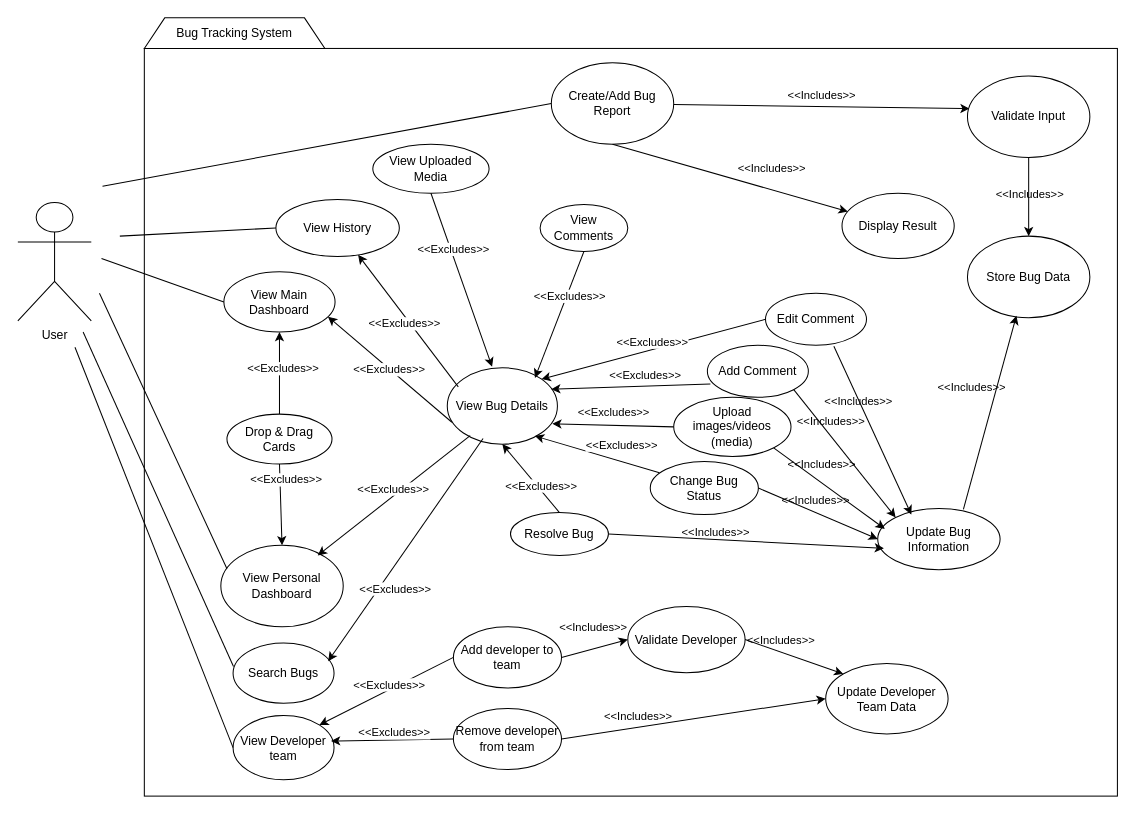
Above: UML-Diagrams/Use-Case-Diagram.drawio in ConradCJM/Bug-Terra (draw.io), before the change. Source tidied: cells renumbered, new cells numbered last; positions are measured from the earlier drawing's top-left corner, leaving out a move shared by most shapes. Both pictures are drawn from the tidied source at 102%, with x=0, y=0 at pixel (17, 17).
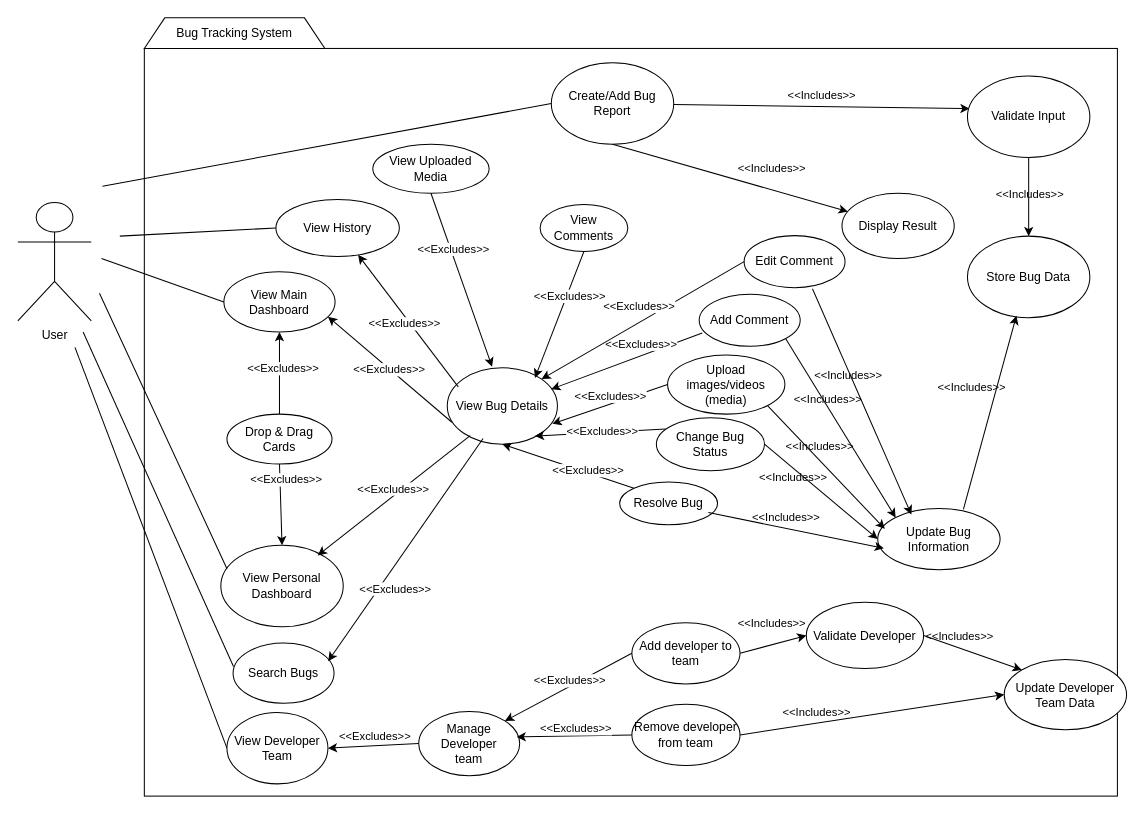
The same diagram, later.

The change refers to these unchanged cells:
```xml
<mxCell id="16" value="View Bug Details" style="ellipse;whiteSpace=wrap;html=1;" parent="1" vertex="1">
  <mxGeometry x="421" y="343" width="108" height="75" as="geometry" />
</mxCell>
<mxCell id="19" value="Update Bug Information" style="ellipse;whiteSpace=wrap;html=1;" parent="1" vertex="1">
  <mxGeometry x="843" y="481" width="120" height="60" as="geometry" />
</mxCell>
<mxCell id="51" style="endArrow=classic;html=1;rounded=0;entryX=0.954;entryY=0.733;entryDx=0;entryDy=0;exitX=0;exitY=0.5;exitDx=0;exitDy=0;entryPerimeter=0;" parent="1" edge="1" source="28" target="16">
  <mxGeometry relative="1" as="geometry" />
</mxCell>
<mxCell id="59" style="rounded=0;jettySize=auto;html=1;entryX=0;entryY=0.5;entryDx=0;entryDy=0;flowAnimation=0;exitX=1;exitY=0.5;exitDx=0;exitDy=0;" parent="1" edge="1" source="17" target="19">
  <mxGeometry relative="1" as="geometry" />
</mxCell>
<mxCell id="63" style="endArrow=classic;html=1;rounded=0;entryX=0.796;entryY=0.893;entryDx=0;entryDy=0;exitX=0.085;exitY=0.212;exitDx=0;exitDy=0;entryPerimeter=0;exitPerimeter=0;" parent="1" edge="1" source="17" target="16">
  <mxGeometry relative="1" as="geometry" />
</mxCell>
```

What changed in the source:
```diff
@@
     <mxCell id="17" value="Change Bug Status" style="ellipse;whiteSpace=wrap;html=1;" parent="1" vertex="1">
-      <mxGeometry x="620" y="435" width="106" height="52" as="geometry" />
+      <mxGeometry x="626" y="392" width="106" height="52" as="geometry" />
     </mxCell>
     <mxCell id="18" value="Resolve Bug" style="ellipse;whiteSpace=wrap;html=1;" parent="1" vertex="1">
-      <mxGeometry x="483" y="485" width="96" height="42" as="geometry" />
+      <mxGeometry x="590" y="455" width="96" height="42" as="geometry" />
     </mxCell>
@@
     <mxCell id="27" value="Add Comment" style="ellipse;whiteSpace=wrap;html=1;" parent="1" vertex="1">
-      <mxGeometry x="676" y="321" width="99" height="51" as="geometry" />
+      <mxGeometry x="668" y="271" width="99" height="51" as="geometry" />
     </mxCell>
     <mxCell id="28" value="Upload images/videos (media)" style="ellipse;whiteSpace=wrap;html=1;" parent="1" vertex="1">
-      <mxGeometry x="643" y="372" width="115" height="58" as="geometry" />
+      <mxGeometry x="637" y="330.5" width="115" height="58" as="geometry" />
     </mxCell>
@@
     <mxCell id="52" value="&amp;lt;&amp;lt;Excludes&amp;gt;&amp;gt;" style="edgeLabel;html=1;align=center;verticalAlign=middle;" parent="51" vertex="1">
       <mxGeometry x="-0.25" y="1" relative="1" as="geometry">
-        <mxPoint x="-14" y="-14" as="offset" />
+        <mxPoint x="-14" y="-4" as="offset" />
       </mxGeometry>
     </mxCell>
@@
-    <mxCell id="57" style="rounded=0;jettySize=auto;html=1;entryX=0.05;entryY=0.65;entryDx=0;entryDy=0;flowAnimation=0;exitX=1;exitY=0.5;exitDx=0;exitDy=0;entryPerimeter=0;" parent="1" edge="1" source="18" target="19">
+    <mxCell id="57" style="rounded=0;jettySize=auto;html=1;entryX=0.05;entryY=0.65;entryDx=0;entryDy=0;flowAnimation=0;exitX=0.906;exitY=0.714;exitDx=0;exitDy=0;entryPerimeter=0;exitPerimeter=0;" parent="1" edge="1" source="18" target="19">
       <mxGeometry relative="1" as="geometry" />
     </mxCell>
     <mxCell id="58" value="&amp;lt;&amp;lt;Includes&amp;gt;&amp;gt;" style="edgeLabel;html=1;align=center;verticalAlign=middle;labelBackgroundColor=none;" parent="57" vertex="1">
       <mxGeometry x="0.09" y="1" relative="1" as="geometry">
-        <mxPoint x="-42" y="-9" as="offset" />
+        <mxPoint x="-19" y="-14" as="offset" />
       </mxGeometry>
     </mxCell>
@@
     <mxCell id="60" value="&amp;lt;&amp;lt;Includes&amp;gt;&amp;gt;" style="edgeLabel;html=1;align=center;verticalAlign=middle;labelBackgroundColor=none;" parent="59" vertex="1">
       <mxGeometry x="0.09" y="1" relative="1" as="geometry">
-        <mxPoint x="-8" y="-15" as="offset" />
+        <mxPoint x="-34" y="-17" as="offset" />
       </mxGeometry>
     </mxCell>
-    <mxCell id="61" style="endArrow=classic;html=1;rounded=0;entryX=0.5;entryY=1;entryDx=0;entryDy=0;exitX=0.5;exitY=0;exitDx=0;exitDy=0;" parent="1" edge="1" source="18" target="16">
+    <mxCell id="61" style="endArrow=classic;html=1;rounded=0;entryX=0.5;entryY=1;entryDx=0;entryDy=0;exitX=0;exitY=0;exitDx=0;exitDy=0;" parent="1" edge="1" source="18" target="16">
       <mxGeometry relative="1" as="geometry" />
     </mxCell>
@@
     <mxCell id="64" value="&amp;lt;&amp;lt;Excludes&amp;gt;&amp;gt;" style="edgeLabel;html=1;align=center;verticalAlign=middle;" parent="63" vertex="1">
       <mxGeometry x="-0.25" y="1" relative="1" as="geometry">
-        <mxPoint x="9" y="-15" as="offset" />
+        <mxPoint x="-15" y="-2" as="offset" />
       </mxGeometry>
     </mxCell>
@@
     <mxCell id="67" value="Add developer to team" style="ellipse;whiteSpace=wrap;html=1;" parent="1" vertex="1">
-      <mxGeometry x="427" y="597" width="106" height="60" as="geometry" />
+      <mxGeometry x="602" y="593" width="106" height="60" as="geometry" />
     </mxCell>
     <mxCell id="68" value="Remove developer from team" style="ellipse;whiteSpace=wrap;html=1;" parent="1" vertex="1">
-      <mxGeometry x="427" y="677" width="106" height="60" as="geometry" />
+      <mxGeometry x="602" y="673" width="106" height="60" as="geometry" />
     </mxCell>
-    <mxCell id="69" value="View Developer&lt;div&gt;team&lt;/div&gt;" style="ellipse;whiteSpace=wrap;html=1;" parent="1" vertex="1">
-      <mxGeometry x="211" y="684" width="99" height="63" as="geometry" />
+    <mxCell id="69" value="Manage Developer&lt;div&gt;team&lt;/div&gt;" style="ellipse;whiteSpace=wrap;html=1;" parent="1" vertex="1">
+      <mxGeometry x="393" y="680" width="99" height="63" as="geometry" />
     </mxCell>
     <mxCell id="70" value="Update Developer Team Data" style="ellipse;whiteSpace=wrap;html=1;" parent="1" vertex="1">
-      <mxGeometry x="792" y="633" width="120" height="69" as="geometry" />
+      <mxGeometry x="967" y="629" width="120" height="69" as="geometry" />
     </mxCell>
     <mxCell id="71" value="Validate Developer" style="ellipse;whiteSpace=wrap;html=1;" parent="1" vertex="1">
-      <mxGeometry x="598" y="577" width="115" height="65" as="geometry" />
+      <mxGeometry x="773" y="573" width="115" height="65" as="geometry" />
     </mxCell>
-    <mxCell id="72" style="endArrow=none;html=1;rounded=0;exitX=0;exitY=0.5;exitDx=0;exitDy=0;" parent="1" edge="1" source="69">
+    <mxCell id="72" style="endArrow=none;html=1;rounded=0;exitX=0;exitY=0.5;exitDx=0;exitDy=0;" parent="1" edge="1" source="88">
       <mxGeometry relative="1" as="geometry">
         <mxPoint x="56" y="323" as="targetPoint" />
       </mxGeometry>
     </mxCell>
@@
     <mxCell id="83" value="Edit Comment" style="ellipse;whiteSpace=wrap;html=1;" parent="1" vertex="1">
-      <mxGeometry x="733" y="270" width="99" height="51" as="geometry" />
+      <mxGeometry x="712" y="213.5" width="99" height="51" as="geometry" />
     </mxCell>
@@
+    <mxCell id="88" value="View Developer Team" style="ellipse;whiteSpace=wrap;html=1;" parent="1" vertex="1">
+      <mxGeometry x="205" y="681" width="99" height="70" as="geometry" />
+    </mxCell>
+    <mxCell id="89" style="endArrow=classic;html=1;rounded=0;entryX=1;entryY=0.5;entryDx=0;entryDy=0;exitX=0;exitY=0.5;exitDx=0;exitDy=0;" parent="1" edge="1" source="69" target="88">
+      <mxGeometry relative="1" as="geometry" />
+    </mxCell>
+    <mxCell id="90" value="&amp;lt;&amp;lt;Excludes&amp;gt;&amp;gt;" style="edgeLabel;html=1;align=center;verticalAlign=middle;" parent="89" vertex="1">
+      <mxGeometry x="-0.25" y="1" relative="1" as="geometry">
+        <mxPoint x="-11" y="-11" as="offset" />
+      </mxGeometry>
+    </mxCell>
```
